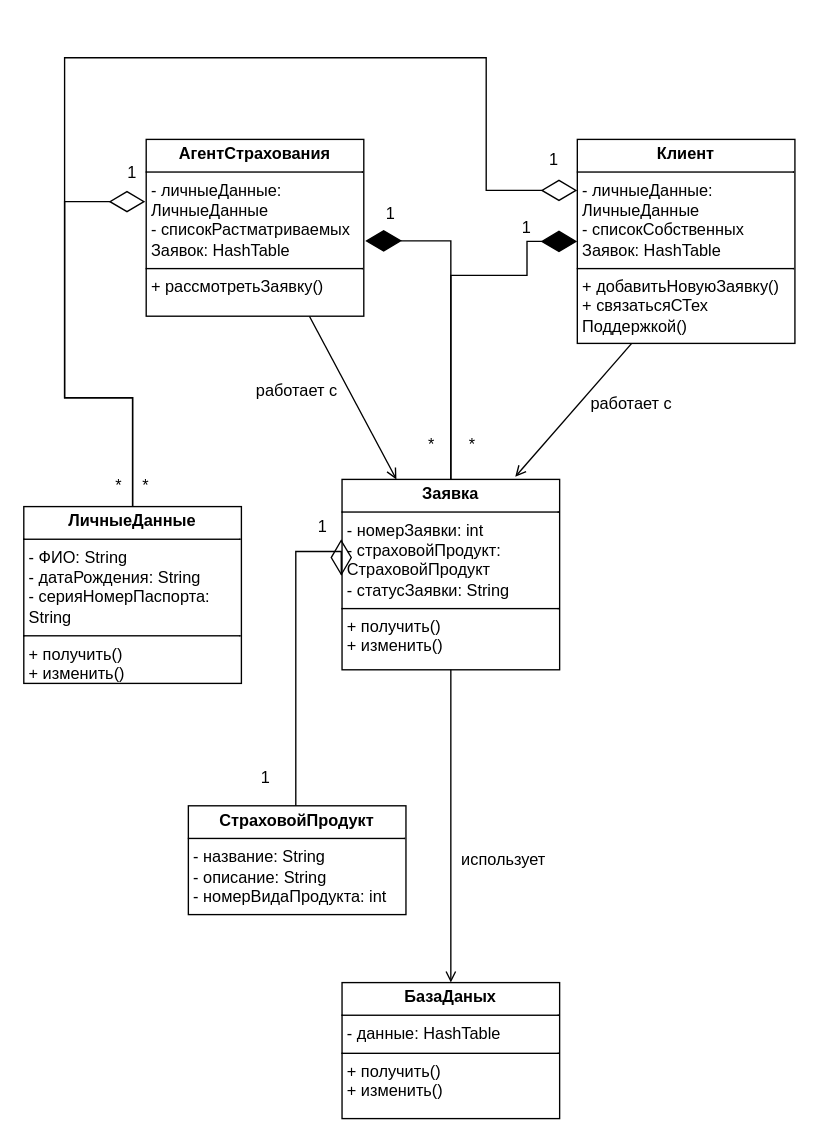
Earlier version of the draw.io diagram КлассыСтрахование.drawio (Deviky/FOREVASIAOD). Source tidied: cells renumbered, new cells numbered last; positions are measured from the earlier drawing's top-left corner, leaving out a move shared by most shapes. Both pictures are drawn from the tidied source at 136%, with x=0, y=0 at pixel (23, 57).
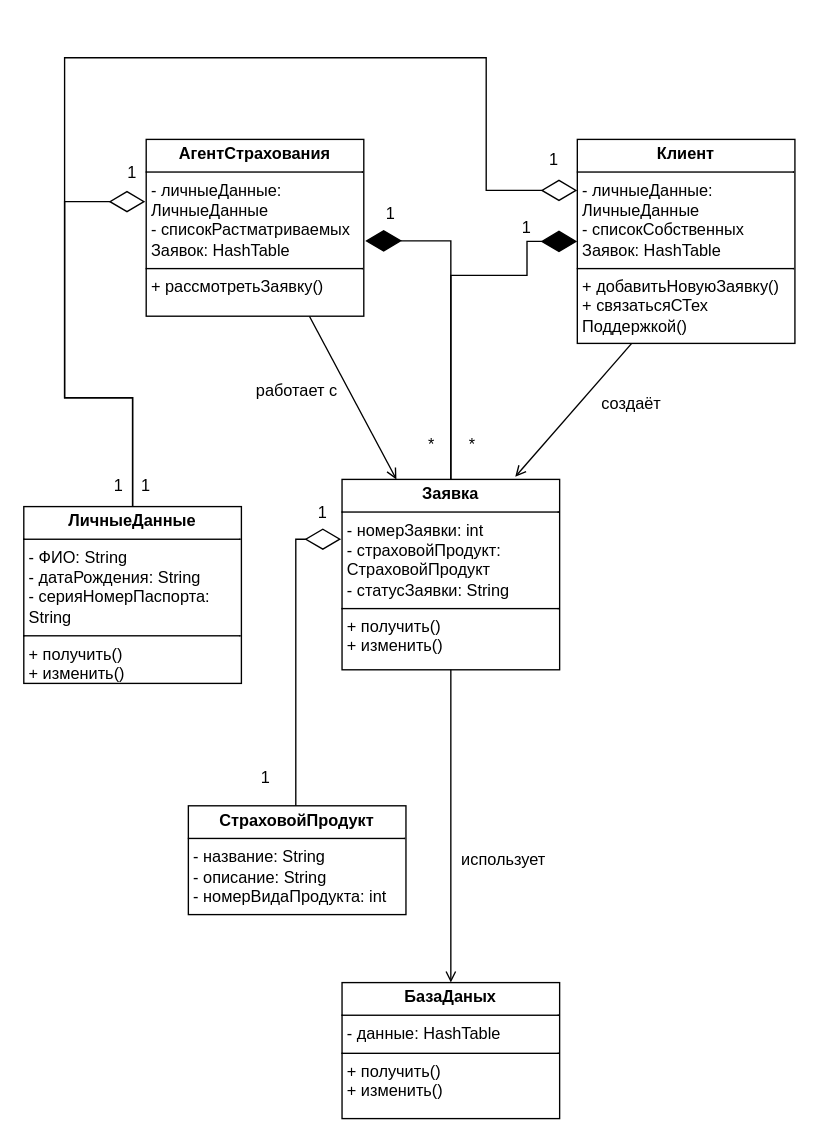
Above is the later version.

Unchanged cells that the change refers to:
```xml
<mxCell id="6" value="&lt;p style=&quot;margin:0px;margin-top:4px;text-align:center;&quot;&gt;&lt;b&gt;Заявка&lt;/b&gt;&lt;/p&gt;&lt;hr size=&quot;1&quot; style=&quot;border-style:solid;&quot;&gt;&lt;p style=&quot;margin:0px;margin-left:4px;&quot;&gt;- номерЗаявки: int&lt;br&gt;&lt;/p&gt;&lt;p style=&quot;margin:0px;margin-left:4px;&quot;&gt;- страховойПродукт: СтраховойПродукт&lt;/p&gt;&lt;p style=&quot;margin:0px;margin-left:4px;&quot;&gt;- статусЗаявки: String&lt;/p&gt;&lt;hr size=&quot;1&quot; style=&quot;border-style:solid;&quot;&gt;&lt;p style=&quot;margin:0px;margin-left:4px;&quot;&gt;&lt;span style=&quot;background-color: initial;&quot;&gt;+ получить()&lt;/span&gt;&lt;br&gt;&lt;/p&gt;&lt;p style=&quot;margin:0px;margin-left:4px;&quot;&gt;+ изменить()&lt;/p&gt;" style="verticalAlign=top;align=left;overflow=fill;html=1;whiteSpace=wrap;" parent="1" vertex="1">
  <mxGeometry x="234" y="310" width="160" height="140" as="geometry" />
</mxCell>
<mxCell id="8" value="&lt;p style=&quot;margin:0px;margin-top:4px;text-align:center;&quot;&gt;&lt;b&gt;СтраховойПродукт&lt;/b&gt;&lt;/p&gt;&lt;hr size=&quot;1&quot; style=&quot;border-style:solid;&quot;&gt;&lt;p style=&quot;margin:0px;margin-left:4px;&quot;&gt;- название: String&lt;/p&gt;&lt;p style=&quot;margin:0px;margin-left:4px;&quot;&gt;- описание: String&lt;br&gt;&lt;/p&gt;&lt;p style=&quot;margin:0px;margin-left:4px;&quot;&gt;- номерВидаПродукта: int&lt;/p&gt;&lt;hr size=&quot;1&quot; style=&quot;border-style:solid;&quot;&gt;&lt;p style=&quot;margin:0px;margin-left:4px;&quot;&gt;&lt;br&gt;&lt;/p&gt;" style="verticalAlign=top;align=left;overflow=fill;html=1;whiteSpace=wrap;" parent="1" vertex="1">
  <mxGeometry x="121" y="550" width="160" height="80" as="geometry" />
</mxCell>
```

Diff of the diagram source:
```diff
@@
     <mxCell id="9" style="endArrow=diamondThin;endFill=0;endSize=24;html=1;rounded=0;edgeStyle=orthogonalEdgeStyle;flowAnimation=0;entryX=-0.004;entryY=0.314;entryDx=0;entryDy=0;entryPerimeter=0;" parent="1" edge="1" source="8" target="6">
       <mxGeometry relative="1" as="geometry">
         <Array as="points">
-          <mxPoint x="200" y="363" />
+          <mxPoint x="200" y="354" />
         </Array>
       </mxGeometry>
     </mxCell>
@@
-    <mxCell id="12" value="работает с" style="text;html=1;align=center;verticalAlign=middle;whiteSpace=wrap;rounded=0;" parent="1" vertex="1">
+    <mxCell id="12" value="создаёт" style="text;html=1;align=center;verticalAlign=middle;whiteSpace=wrap;rounded=0;" parent="1" vertex="1">
       <mxGeometry x="414" y="240" width="66" height="30" as="geometry" />
     </mxCell>
@@
     <mxCell id="20" value="1" style="text;html=1;align=center;verticalAlign=middle;whiteSpace=wrap;rounded=0;" parent="1" vertex="1">
-      <mxGeometry x="210" y="330" width="20" height="30" as="geometry" />
+      <mxGeometry x="210" y="320" width="20" height="30" as="geometry" />
     </mxCell>
@@
-    <mxCell id="27" value="*" style="text;html=1;align=center;verticalAlign=middle;whiteSpace=wrap;rounded=0;" parent="1" vertex="1">
+    <mxCell id="27" value="1" style="text;html=1;align=center;verticalAlign=middle;whiteSpace=wrap;rounded=0;" parent="1" vertex="1">
       <mxGeometry x="80" y="300" width="20" height="30" as="geometry" />
     </mxCell>
-    <mxCell id="28" value="*" style="text;html=1;align=center;verticalAlign=middle;whiteSpace=wrap;rounded=0;" parent="1" vertex="1">
+    <mxCell id="28" value="1" style="text;html=1;align=center;verticalAlign=middle;whiteSpace=wrap;rounded=0;" parent="1" vertex="1">
       <mxGeometry x="60" y="300" width="20" height="30" as="geometry" />
     </mxCell>
```
